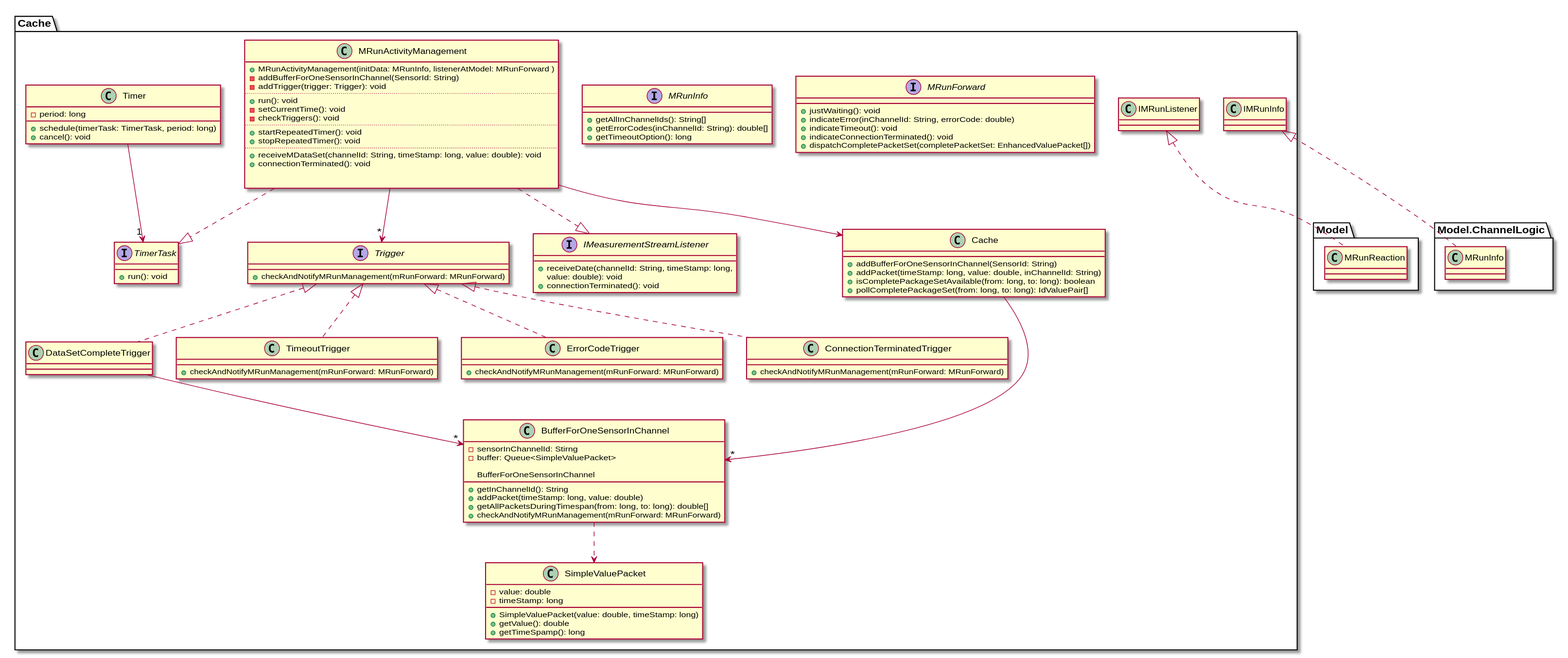
Before: 2-Entwurf/2-Entwicklung/src/edu/kit/freejdaq/cache/classDiagramCache.svg, a diagram exported from PlantUML (osl2/DAQ-Documents).
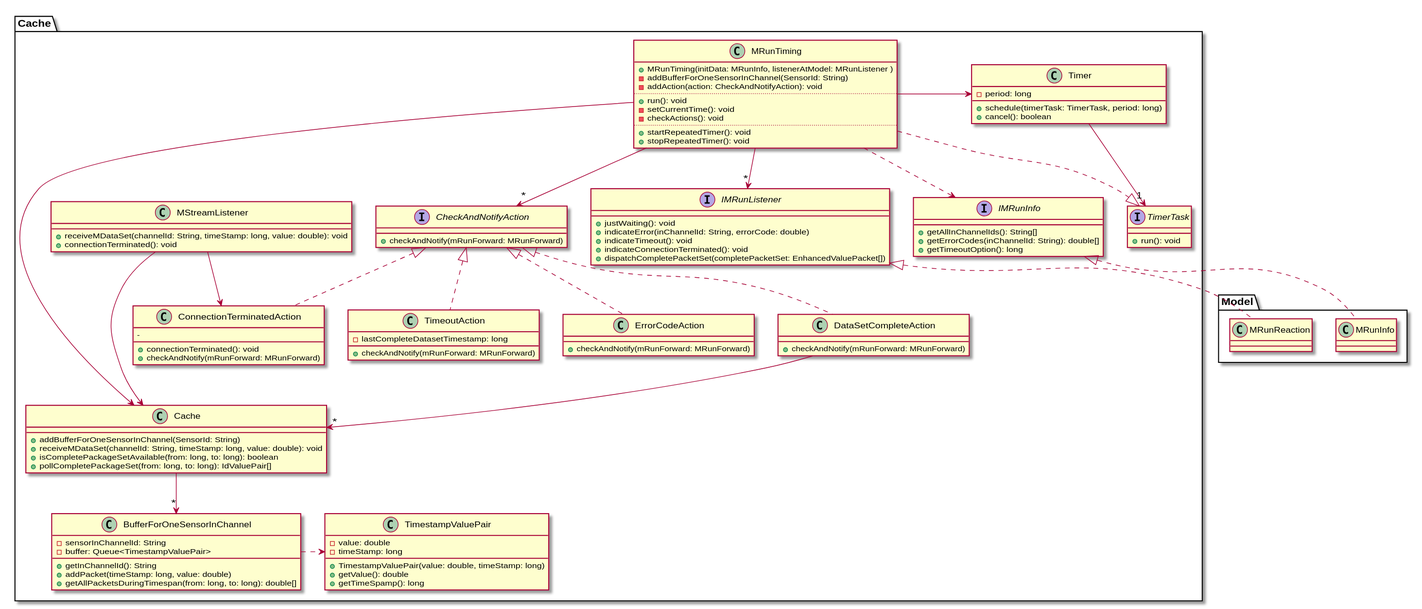
Later version of the same file.

Commit message:
Cache weiterentwickelt. Ausserdem: Anordnung im Backend ist jetzt nicht mehr vertikal, sondern horizontal.

The edit, as a diff of the source:
```diff
@@ -1,90 +1,98 @@
 @startuml
 namespace Cache {
-class MRunActivityManagement {
-	+ MRunActivityManagement(initData: MRunInfo, listenerAtModel: MRunForward )
+
+class MStreamListener {
+	+ receiveMDataSet(channelId: String, timeStamp: long, value: double): void
+	+ connectionTerminated(): void
+}
+
+
+class MRunTiming {
+	+ MRunTiming(initData: MRunInfo, listenerAtModel: MRunListener )
 	- addBufferForOneSensorInChannel(SensorId: String)
-	- addTrigger(trigger: Trigger): void
+	- addAction(action: CheckAndNotifyAction): void
 	..
 	+ run(): void
 	- setCurrentTime(): void
-	- checkTriggers(): void
+	- checkActions(): void
 	..
 	+ startRepeatedTimer(): void
 	+ stopRepeatedTimer(): void
-	..
-	+ receiveMDataSet(channelId: String, timeStamp: long, value: double): void
-	+ connectionTerminated(): void
-
-
 }
 
 class Timer {
 	-period: long
 	+schedule(timerTask: TimerTask, period: long)
-	+cancel(): void
+	+cancel(): boolean
 }
 
 class Cache{
 	+ addBufferForOneSensorInChannel(SensorId: String)
-	+ addPacket(timeStamp: long, value: double, inChannelId: String)
+	+ receiveMDataSet(channelId: String, timeStamp: long, value: double): void
 	+ isCompletePackageSetAvailable(from: long, to: long): boolean
 	+ pollCompletePackageSet(from: long, to: long):  IdValuePair[]
 }
 
 class BufferForOneSensorInChannel {
-	-sensorInChannelId: Stirng
-	-buffer: Queue<SimpleValuePacket>
-
+	-sensorInChannelId: String
+	-buffer: Queue<TimestampValuePair>
 	+getInChannelId(): String
 	+addPacket(timeStamp: long, value: double)
 	+getAllPacketsDuringTimespan(from: long, to: long): double[]
 }
 
-class SimpleValuePacket	{
+class TimestampValuePair	{
 	-value: double
 	-timeStamp: long
-	+SimpleValuePacket(value: double, timeStamp: long)
+	+TimestampValuePair(value: double, timeStamp: long)
 	+getValue(): double
 	+getTimeSpamp(): long
 }
 
-class ConnectionTerminatedTrigger {
-	+checkAndNotifyMRunManagement(mRunForward: MRunForward)
+class ConnectionTerminatedAction {
+	-
+	+ connectionTerminated(): void
+	+ checkAndNotify(mRunForward: MRunForward)
 }
 
-class TimeoutTrigger {
-	+checkAndNotifyMRunManagement(mRunForward: MRunForward)
+class TimeoutAction {
+	-lastCompleteDatasetTimestamp: long
+	+checkAndNotify(mRunForward: MRunForward)
 }
 
-class ErrorCodeTrigger {
-	+checkAndNotifyMRunManagement(mRunForward: MRunForward)
+class ErrorCodeAction {
+	+checkAndNotify(mRunForward: MRunForward)
 }
 
-class BufferForOneSensorInChannel {
-	BufferForOneSensorInChannel
-	+checkAndNotifyMRunManagement(mRunForward: MRunForward)
+class DataSetCompleteAction {
+	+checkAndNotify(mRunForward: MRunForward)
 }
 
-ConnectionTerminatedTrigger .up.|> Trigger
-TimeoutTrigger .up.|> Trigger
-ErrorCodeTrigger .up.|> Trigger
-DataSetCompleteTrigger .up.|> Trigger
+MStreamListener --> ConnectionTerminatedAction
+MStreamListener --> Cache
+ConnectionTerminatedAction .up.|> CheckAndNotifyAction
+TimeoutAction .up.|> CheckAndNotifyAction
+ErrorCodeAction .up.|> CheckAndNotifyAction
+DataSetCompleteAction .up.|> CheckAndNotifyAction
 
-MRunActivityManagement ..|> IMeasurementStreamListener
-MRunActivityManagement ..|> TimerTask
-Timer --> "1" TimerTask
-MRunActivityManagement --> Cache
+MRunTiming -right-> Timer
+MRunTiming .right.|> TimerTask
+Timer -down-> "1" TimerTask
+MRunTiming --> Cache
 Cache --> "*" BufferForOneSensorInChannel
-BufferForOneSensorInChannel ..> SimpleValuePacket
-MRunActivityManagement --> "*" Trigger
+BufferForOneSensorInChannel .right.> TimestampValuePair
+MRunTiming --> "*" CheckAndNotifyAction
 
-DataSetCompleteTrigger --> "*" BufferForOneSensorInChannel
+DataSetCompleteAction --> "*" Cache
 
-interface Trigger {
-	+checkAndNotifyMRunManagement(mRunForward: MRunForward)
+MRunTiming --> "*" IMRunListener
+MRunTiming ..> IMRunInfo
+
+interface CheckAndNotifyAction {
+	+checkAndNotify(mRunForward: MRunForward)
 }
 
-interface MRunForward {
+interface IMRunListener {
 	+justWaiting():  void
 	+indicateError(inChannelId: String, errorCode: double)
 	+indicateTimeout(): void
@@ -92,16 +100,10 @@
 	+dispatchCompletePacketSet(completePacketSet: EnhancedValuePacket[])
 }
 
-interface MRunInfo {
+interface IMRunInfo {
 	+getAllInChannelIds(): String[]
 	+getErrorCodes(inChannelId: String): double[]
 	+getTimeoutOption(): long
-}
-
-interface IMeasurementStreamListener {
-	+ receiveDate(channelId: String, timeStamp: long,
-	    value: double): void
-	+connectionTerminated(): void
 }
 
 interface TimerTask {
@@ -109,6 +111,7 @@
 }
 
 IMRunListener <|.. Model.MRunReaction
-IMRunInfo <|.. Model.ChannelLogic.MRunInfo
+IMRunInfo <|.. Model.MRunInfo
+
 }
 @enduml
```
